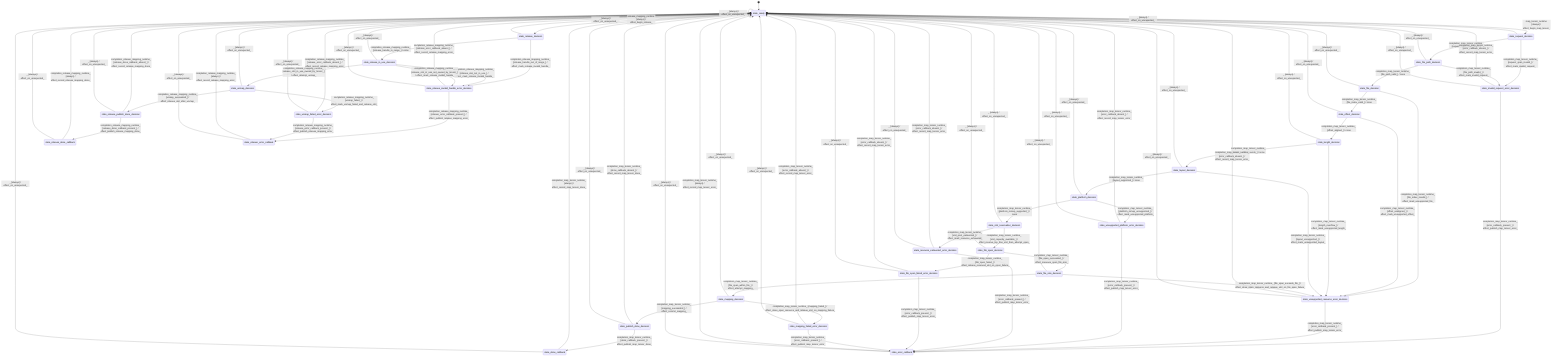
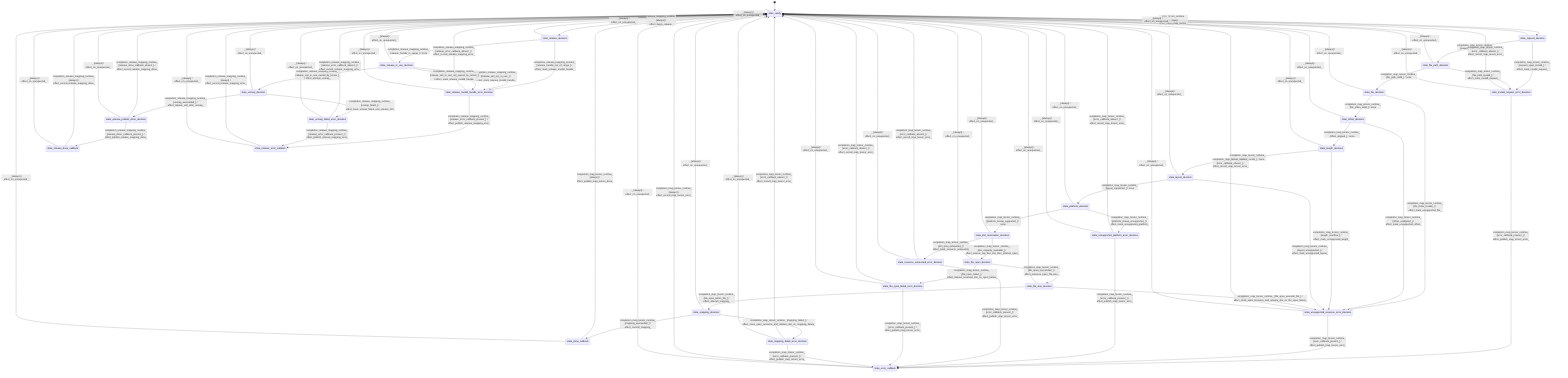
stateDiagram-v2
  direction TB
  [*] --> state_ready
  state_ready --> state_request_decision : map_tensor_runtime [always] / effect_begin_map_tensor_
  state_request_decision --> state_file_path_decision : completion_map_tensor_runtime_ [request_span_valid_] / none
  state_request_decision --> state_invalid_request_error_decision : completion_map_tensor_runtime_ [request_span_invalid_] / effect_mark_invalid_request_
  state_file_path_decision --> state_file_decision : completion_map_tensor_runtime_ [file_path_valid_] / none
  state_file_path_decision --> state_invalid_request_error_decision : completion_map_tensor_runtime_ [file_path_invalid_] / effect_mark_invalid_request_
  state_file_decision --> state_offset_decision : completion_map_tensor_runtime_ [file_index_valid_] / none
  state_file_decision --> state_unsupported_resource_error_decision : completion_map_tensor_runtime_ [file_index_invalid_] / effect_mark_unsupported_file_
  state_offset_decision --> state_length_decision : completion_map_tensor_runtime_ [offset_aligned_] / none
  state_offset_decision --> state_unsupported_resource_error_decision : completion_map_tensor_runtime_ [offset_unaligned_] / effect_mark_unsupported_offset_
  state_length_decision --> state_layout_decision : completion_map_tensor_runtime_ [length_within_bounds_] / none
  state_length_decision --> state_unsupported_resource_error_decision : completion_map_tensor_runtime_ [length_overflow_] / effect_mark_unsupported_length_
  state_layout_decision --> state_platform_decision : completion_map_tensor_runtime_ [layout_supported_] / none
  state_layout_decision --> state_unsupported_resource_error_decision : completion_map_tensor_runtime_ [layout_unsupported_] / effect_mark_unsupported_layout_
  state_platform_decision --> state_slot_reservation_decision : completion_map_tensor_runtime_ [platform_mmap_supported_] / none
  state_platform_decision --> state_unsupported_platform_error_decision : completion_map_tensor_runtime_ [platform_mmap_unsupported_] / effect_mark_unsupported_platform_
  state_slot_reservation_decision --> state_file_open_decision : completion_map_tensor_runtime_ [slot_capacity_available_] / effect_reserve_top_free_slot_then_attempt_open_
  state_slot_reservation_decision --> state_resource_exhausted_error_decision : completion_map_tensor_runtime_ [slot_pool_exhausted_] / effect_mark_resource_exhausted_
  state_file_open_decision --> state_file_size_decision : completion_map_tensor_runtime_ [file_open_succeeded_] / effect_measure_open_file_size_
  state_file_open_decision --> state_file_open_failed_error_decision : completion_map_tensor_runtime_ [file_open_failed_] / effect_release_reserved_slot_on_open_failure_
  state_file_size_decision --> state_mapping_decision : completion_map_tensor_runtime_ [file_span_within_file_] / effect_attempt_mapping_
  state_file_size_decision --> state_unsupported_resource_error_decision : completion_map_tensor_runtime_ [file_span_exceeds_file_] / effect_close_open_resource_and_release_slot_on_file_span_failure_
-   state_mapping_decision --> state_publish_done_decision : completion_map_tensor_runtime_ [mapping_succeeded_] / effect_commit_mapping_
+   state_mapping_decision --> state_done_callback : completion_map_tensor_runtime_ [mapping_succeeded_] / effect_commit_mapping_
  state_mapping_decision --> state_mapping_failed_error_decision : completion_map_tensor_runtime_ [mapping_failed_] / effect_close_open_resource_and_release_slot_on_mapping_failure_
-   state_publish_done_decision --> state_done_callback : completion_map_tensor_runtime_ [done_callback_present_] / effect_publish_map_tensor_done_
-   state_publish_done_decision --> state_ready : completion_map_tensor_runtime_ [done_callback_absent_] / effect_record_map_tensor_done_
-   state_done_callback --> state_ready : completion_map_tensor_runtime_ [always] / effect_record_map_tensor_done_
+   state_done_callback --> state_ready : completion_map_tensor_runtime_ [always] / effect_publish_map_tensor_done_
  state_invalid_request_error_decision --> state_error_callback : completion_map_tensor_runtime_ [error_callback_present_] / effect_publish_map_tensor_error_
  state_invalid_request_error_decision --> state_ready : completion_map_tensor_runtime_ [error_callback_absent_] / effect_record_map_tensor_error_
  state_unsupported_resource_error_decision --> state_error_callback : completion_map_tensor_runtime_ [error_callback_present_] / effect_publish_map_tensor_error_
  state_unsupported_resource_error_decision --> state_ready : completion_map_tensor_runtime_ [error_callback_absent_] / effect_record_map_tensor_error_
  state_unsupported_platform_error_decision --> state_error_callback : completion_map_tensor_runtime_ [error_callback_present_] / effect_publish_map_tensor_error_
  state_unsupported_platform_error_decision --> state_ready : completion_map_tensor_runtime_ [error_callback_absent_] / effect_record_map_tensor_error_
  state_resource_exhausted_error_decision --> state_error_callback : completion_map_tensor_runtime_ [error_callback_present_] / effect_publish_map_tensor_error_
  state_resource_exhausted_error_decision --> state_ready : completion_map_tensor_runtime_ [error_callback_absent_] / effect_record_map_tensor_error_
  state_file_open_failed_error_decision --> state_error_callback : completion_map_tensor_runtime_ [error_callback_present_] / effect_publish_map_tensor_error_
  state_file_open_failed_error_decision --> state_ready : completion_map_tensor_runtime_ [error_callback_absent_] / effect_record_map_tensor_error_
  state_mapping_failed_error_decision --> state_error_callback : completion_map_tensor_runtime_ [error_callback_present_] / effect_publish_map_tensor_error_
  state_mapping_failed_error_decision --> state_ready : completion_map_tensor_runtime_ [error_callback_absent_] / effect_record_map_tensor_error_
  state_error_callback --> state_ready : completion_map_tensor_runtime_ [always] / effect_record_map_tensor_error_
  state_ready --> state_release_decision : release_mapping_runtime [always] / effect_begin_release_
  state_release_decision --> state_release_in_use_decision : completion_release_mapping_runtime_ [release_handle_in_range_] / none
  state_release_decision --> state_release_invalid_handle_error_decision : completion_release_mapping_runtime_ [release_handle_out_of_range_] / effect_mark_release_invalid_handle_
  state_release_in_use_decision --> state_unmap_decision : completion_release_mapping_runtime_ [release_slot_in_use_owned_by_tensor_] / effect_attempt_unmap_
  state_release_in_use_decision --> state_release_invalid_handle_error_decision : completion_release_mapping_runtime_ [release_slot_not_in_use_] / effect_mark_release_invalid_handle_
  state_release_in_use_decision --> state_release_invalid_handle_error_decision : completion_release_mapping_runtime_ [release_slot_in_use_not_owned_by_tensor_] / effect_mark_release_invalid_handle_
  state_unmap_decision --> state_release_publish_done_decision : completion_release_mapping_runtime_ [unmap_succeeded_] / effect_release_slot_after_unmap_
  state_unmap_decision --> state_unmap_failed_error_decision : completion_release_mapping_runtime_ [unmap_failed_] / effect_mark_unmap_failed_and_release_slot_
  state_release_publish_done_decision --> state_release_done_callback : completion_release_mapping_runtime_ [release_done_callback_present_] / effect_publish_release_mapping_done_
  state_release_publish_done_decision --> state_ready : completion_release_mapping_runtime_ [release_done_callback_absent_] / effect_record_release_mapping_done_
  state_release_done_callback --> state_ready : completion_release_mapping_runtime_ [always] / effect_record_release_mapping_done_
  state_release_invalid_handle_error_decision --> state_release_error_callback : completion_release_mapping_runtime_ [release_error_callback_present_] / effect_publish_release_mapping_error_
  state_release_invalid_handle_error_decision --> state_ready : completion_release_mapping_runtime_ [release_error_callback_absent_] / effect_record_release_mapping_error_
  state_unmap_failed_error_decision --> state_release_error_callback : completion_release_mapping_runtime_ [release_error_callback_present_] / effect_publish_release_mapping_error_
  state_unmap_failed_error_decision --> state_ready : completion_release_mapping_runtime_ [release_error_callback_absent_] / effect_record_release_mapping_error_
  state_release_error_callback --> state_ready : completion_release_mapping_runtime_ [always] / effect_record_release_mapping_error_
  state_ready --> state_ready : _ [always] / effect_on_unexpected_
  state_request_decision --> state_ready : _ [always] / effect_on_unexpected_
  state_file_path_decision --> state_ready : _ [always] / effect_on_unexpected_
  state_file_decision --> state_ready : _ [always] / effect_on_unexpected_
  state_offset_decision --> state_ready : _ [always] / effect_on_unexpected_
  state_length_decision --> state_ready : _ [always] / effect_on_unexpected_
  state_layout_decision --> state_ready : _ [always] / effect_on_unexpected_
  state_platform_decision --> state_ready : _ [always] / effect_on_unexpected_
  state_slot_reservation_decision --> state_ready : _ [always] / effect_on_unexpected_
  state_file_open_decision --> state_ready : _ [always] / effect_on_unexpected_
  state_file_size_decision --> state_ready : _ [always] / effect_on_unexpected_
  state_mapping_decision --> state_ready : _ [always] / effect_on_unexpected_
-   state_publish_done_decision --> state_ready : _ [always] / effect_on_unexpected_
  state_done_callback --> state_ready : _ [always] / effect_on_unexpected_
  state_invalid_request_error_decision --> state_ready : _ [always] / effect_on_unexpected_
  state_unsupported_resource_error_decision --> state_ready : _ [always] / effect_on_unexpected_
  state_unsupported_platform_error_decision --> state_ready : _ [always] / effect_on_unexpected_
  state_resource_exhausted_error_decision --> state_ready : _ [always] / effect_on_unexpected_
  state_file_open_failed_error_decision --> state_ready : _ [always] / effect_on_unexpected_
  state_mapping_failed_error_decision --> state_ready : _ [always] / effect_on_unexpected_
  state_error_callback --> state_ready : _ [always] / effect_on_unexpected_
  state_release_decision --> state_ready : _ [always] / effect_on_unexpected_
  state_release_in_use_decision --> state_ready : _ [always] / effect_on_unexpected_
  state_unmap_decision --> state_ready : _ [always] / effect_on_unexpected_
  state_release_publish_done_decision --> state_ready : _ [always] / effect_on_unexpected_
  state_release_done_callback --> state_ready : _ [always] / effect_on_unexpected_
  state_release_invalid_handle_error_decision --> state_ready : _ [always] / effect_on_unexpected_
  state_unmap_failed_error_decision --> state_ready : _ [always] / effect_on_unexpected_
  state_release_error_callback --> state_ready : _ [always] / effect_on_unexpected_
